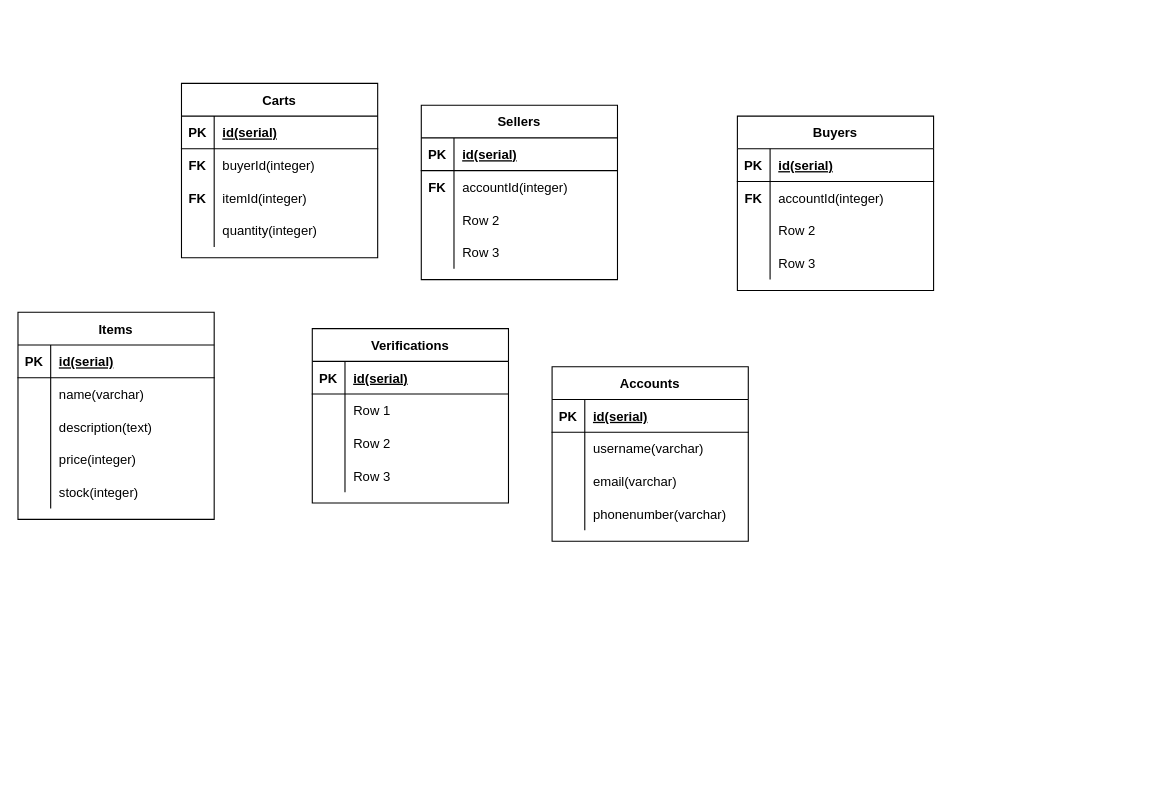
Before: judge irvan.drawio in fathurk/belajar-js, a draw.io diagram. Source tidied: cells renumbered, new cells numbered last; positions are measured from the earlier drawing's top-left corner, leaving out a move shared by most shapes. Both pictures are drawn from the tidied source at 109%, with x=0, y=0 at pixel (17, 83).
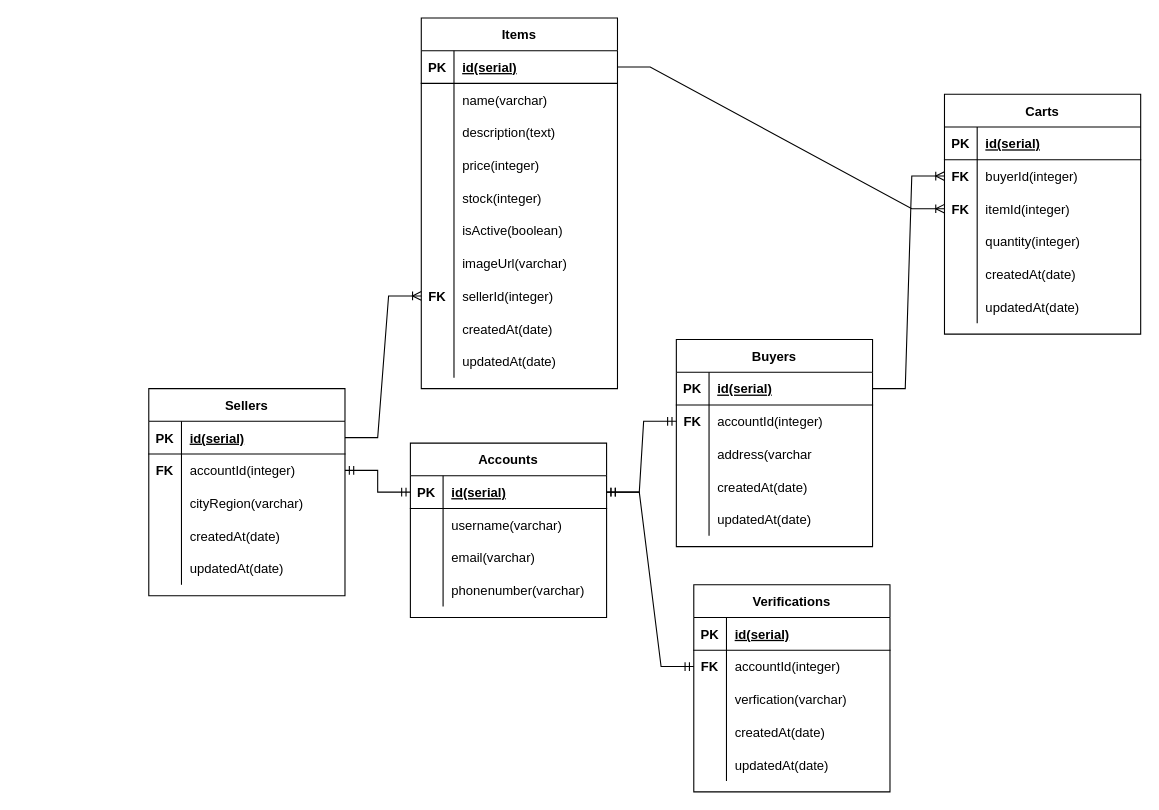
The same page after the edit.

The change refers to these unchanged cells:
```xml
<mxCell id="3" style="shape=partialRectangle;fillColor=none;top=0;left=0;bottom=1;right=0;points=[[0,0.5],[1,0.5]];portConstraint=eastwest;" parent="2" vertex="1">
  <mxGeometry y="30" width="180" height="30" as="geometry" />
</mxCell>
<mxCell id="6" style="shape=partialRectangle;fillColor=none;top=0;left=0;bottom=0;right=0;points=[[0,0.5],[1,0.5]];portConstraint=eastwest;" parent="2" vertex="1">
  <mxGeometry y="60" width="180" height="30" as="geometry" />
</mxCell>
<mxCell id="9" style="shape=partialRectangle;fillColor=none;top=0;left=0;bottom=0;right=0;" parent="2" vertex="1">
  <mxGeometry y="90" width="180" height="30" as="geometry" />
</mxCell>
<mxCell id="12" style="shape=partialRectangle;fillColor=none;top=0;left=0;bottom=0;right=0;" parent="2" vertex="1">
  <mxGeometry y="120" width="180" height="30" as="geometry" />
</mxCell>
<mxCell id="16" style="shape=partialRectangle;fillColor=none;top=0;left=0;bottom=1;right=0;points=[[0,0.5],[1,0.5]];portConstraint=eastwest;" parent="15" vertex="1">
  <mxGeometry y="30" width="180" height="30" as="geometry" />
</mxCell>
<mxCell id="19" style="shape=partialRectangle;fillColor=none;top=0;left=0;bottom=0;right=0;points=[[0,0.5],[1,0.5]];portConstraint=eastwest;" parent="15" vertex="1">
  <mxGeometry y="60" width="180" height="30" as="geometry" />
</mxCell>
<mxCell id="22" style="shape=partialRectangle;fillColor=none;top=0;left=0;bottom=0;right=0;" parent="15" vertex="1">
  <mxGeometry y="90" width="180" height="30" as="geometry" />
</mxCell>
<mxCell id="25" style="shape=partialRectangle;fillColor=none;top=0;left=0;bottom=0;right=0;" parent="15" vertex="1">
  <mxGeometry y="120" width="180" height="30" as="geometry" />
</mxCell>
<mxCell id="29" style="shape=partialRectangle;fillColor=none;top=0;left=0;bottom=1;right=0;points=[[0,0.5],[1,0.5]];portConstraint=eastwest;" parent="28" vertex="1">
  <mxGeometry y="30" width="180" height="30" as="geometry" />
</mxCell>
<mxCell id="42" style="shape=partialRectangle;fillColor=none;top=0;left=0;bottom=1;right=0;points=[[0,0.5],[1,0.5]];portConstraint=eastwest;" parent="41" vertex="1">
  <mxGeometry y="30" width="180" height="30" as="geometry" />
</mxCell>
<mxCell id="61" style="shape=partialRectangle;fillColor=none;top=0;left=0;bottom=0;right=0;points=[[0,0.5],[1,0.5]];portConstraint=eastwest;" parent="57" vertex="1">
  <mxGeometry y="60" width="180" height="30" as="geometry" />
</mxCell>
<mxCell id="64" style="shape=partialRectangle;fillColor=none;top=0;left=0;bottom=0;right=0;points=[[0,0.5],[1,0.5]];portConstraint=eastwest;" parent="57" vertex="1">
  <mxGeometry y="90" width="180" height="30" as="geometry" />
</mxCell>
<mxCell id="74" style="shape=partialRectangle;fillColor=none;top=0;left=0;bottom=0;right=0;points=[[0,0.5],[1,0.5]];portConstraint=eastwest;" parent="70" vertex="1">
  <mxGeometry y="60" width="180" height="30" as="geometry" />
</mxCell>
<mxCell id="77" style="shape=partialRectangle;fillColor=none;top=0;left=0;bottom=0;right=0;" parent="70" vertex="1">
  <mxGeometry y="90" width="180" height="30" as="geometry" />
</mxCell>
<mxCell id="80" style="shape=partialRectangle;fillColor=none;top=0;left=0;bottom=0;right=0;" parent="70" vertex="1">
  <mxGeometry y="120" width="180" height="30" as="geometry" />
</mxCell>
```

What changed in the source:
```diff
@@
     <mxCell id="2" value="Sellers" style="shape=table;startSize=30;childLayout=tableLayout;rowLines=0;fontStyle=1;align=center;" parent="1" vertex="1">
-      <mxGeometry x="370" y="20" width="180" height="160" as="geometry" />
+      <mxGeometry x="120" y="280" width="180" height="190" as="geometry" />
     </mxCell>
@@
-    <mxCell id="11" value="Row 2" style="shape=partialRectangle;fillColor=none;top=0;left=0;bottom=0;right=0;align=left;spacingLeft=6;overflow=hidden;" parent="9" vertex="1">
+    <mxCell id="11" value="cityRegion(varchar)" style="shape=partialRectangle;fillColor=none;top=0;left=0;bottom=0;right=0;align=left;spacingLeft=6;overflow=hidden;" parent="9" vertex="1">
       <mxGeometry x="30" width="150" height="30" as="geometry" />
     </mxCell>
@@
-    <mxCell id="14" value="Row 3" style="shape=partialRectangle;fillColor=none;top=0;left=0;bottom=0;right=0;align=left;spacingLeft=6;overflow=hidden;" parent="12" vertex="1">
+    <mxCell id="14" value="createdAt(date)" style="shape=partialRectangle;fillColor=none;top=0;left=0;bottom=0;right=0;align=left;spacingLeft=6;overflow=hidden;" parent="12" vertex="1">
       <mxGeometry x="30" width="150" height="30" as="geometry" />
     </mxCell>
+    <mxCell id="83" style="shape=partialRectangle;fillColor=none;top=0;left=0;bottom=0;right=0;" parent="2" vertex="1">
+      <mxGeometry y="150" width="180" height="30" as="geometry" />
+    </mxCell>
+    <mxCell id="84" style="shape=partialRectangle;fillColor=none;top=0;left=0;bottom=0;right=0;overflow=hidden;" parent="83" vertex="1">
+      <mxGeometry width="30" height="30" as="geometry" />
+    </mxCell>
+    <mxCell id="85" value="updatedAt(date)" style="shape=partialRectangle;fillColor=none;top=0;left=0;bottom=0;right=0;align=left;spacingLeft=6;overflow=hidden;" parent="83" vertex="1">
+      <mxGeometry x="30" width="150" height="30" as="geometry" />
+    </mxCell>
     <mxCell id="15" value="Buyers" style="shape=table;startSize=30;childLayout=tableLayout;rowLines=0;fontStyle=1;align=center;" parent="1" vertex="1">
-      <mxGeometry x="660" y="30" width="180" height="160" as="geometry" />
+      <mxGeometry x="604" y="235" width="180" height="190" as="geometry" />
     </mxCell>
@@
-    <mxCell id="24" value="Row 2" style="shape=partialRectangle;fillColor=none;top=0;left=0;bottom=0;right=0;align=left;spacingLeft=6;overflow=hidden;" parent="22" vertex="1">
+    <mxCell id="24" value="address(varchar" style="shape=partialRectangle;fillColor=none;top=0;left=0;bottom=0;right=0;align=left;spacingLeft=6;overflow=hidden;" parent="22" vertex="1">
       <mxGeometry x="30" width="150" height="30" as="geometry" />
     </mxCell>
@@
-    <mxCell id="27" value="Row 3" style="shape=partialRectangle;fillColor=none;top=0;left=0;bottom=0;right=0;align=left;spacingLeft=6;overflow=hidden;" parent="25" vertex="1">
+    <mxCell id="27" value="createdAt(date)" style="shape=partialRectangle;fillColor=none;top=0;left=0;bottom=0;right=0;align=left;spacingLeft=6;overflow=hidden;" parent="25" vertex="1">
       <mxGeometry x="30" width="150" height="30" as="geometry" />
     </mxCell>
+    <mxCell id="86" style="shape=partialRectangle;fillColor=none;top=0;left=0;bottom=0;right=0;" parent="15" vertex="1">
+      <mxGeometry y="150" width="180" height="30" as="geometry" />
+    </mxCell>
+    <mxCell id="87" style="shape=partialRectangle;fillColor=none;top=0;left=0;bottom=0;right=0;overflow=hidden;" parent="86" vertex="1">
+      <mxGeometry width="30" height="30" as="geometry" />
+    </mxCell>
+    <mxCell id="88" value="updatedAt(date)" style="shape=partialRectangle;fillColor=none;top=0;left=0;bottom=0;right=0;align=left;spacingLeft=6;overflow=hidden;" parent="86" vertex="1">
+      <mxGeometry x="30" width="150" height="30" as="geometry" />
+    </mxCell>
     <mxCell id="28" value="Accounts" style="shape=table;startSize=30;childLayout=tableLayout;rowLines=0;fontStyle=1;align=center;" parent="1" vertex="1">
-      <mxGeometry x="490" y="260" width="180" height="160" as="geometry" />
+      <mxGeometry x="360" y="330" width="180" height="160" as="geometry" />
     </mxCell>
@@
     <mxCell id="41" value="Items" style="shape=table;startSize=30;childLayout=tableLayout;rowLines=0;fontStyle=1;align=center;" parent="1" vertex="1">
-      <mxGeometry y="210" width="180" height="190" as="geometry" />
+      <mxGeometry x="370" y="-60" width="180" height="340" as="geometry" />
     </mxCell>
@@
+    <mxCell id="89" style="shape=partialRectangle;fillColor=none;top=0;left=0;bottom=0;right=0;" parent="41" vertex="1">
+      <mxGeometry y="180" width="180" height="30" as="geometry" />
+    </mxCell>
+    <mxCell id="90" style="shape=partialRectangle;fillColor=none;top=0;left=0;bottom=0;right=0;overflow=hidden;" parent="89" vertex="1">
+      <mxGeometry width="30" height="30" as="geometry" />
+    </mxCell>
+    <mxCell id="91" value="isActive(boolean)" style="shape=partialRectangle;fillColor=none;top=0;left=0;bottom=0;right=0;align=left;spacingLeft=6;overflow=hidden;" parent="89" vertex="1">
+      <mxGeometry x="30" width="150" height="30" as="geometry" />
+    </mxCell>
+    <mxCell id="92" style="shape=partialRectangle;fillColor=none;top=0;left=0;bottom=0;right=0;" parent="41" vertex="1">
+      <mxGeometry y="210" width="180" height="30" as="geometry" />
+    </mxCell>
+    <mxCell id="93" style="shape=partialRectangle;fillColor=none;top=0;left=0;bottom=0;right=0;overflow=hidden;" parent="92" vertex="1">
+      <mxGeometry width="30" height="30" as="geometry" />
+    </mxCell>
+    <mxCell id="94" value="imageUrl(varchar)" style="shape=partialRectangle;fillColor=none;top=0;left=0;bottom=0;right=0;align=left;spacingLeft=6;overflow=hidden;" parent="92" vertex="1">
+      <mxGeometry x="30" width="150" height="30" as="geometry" />
+    </mxCell>
+    <mxCell id="95" style="shape=partialRectangle;fillColor=none;top=0;left=0;bottom=0;right=0;points=[[0,0.5],[1,0.5]];portConstraint=eastwest;" parent="41" vertex="1">
+      <mxGeometry y="240" width="180" height="30" as="geometry" />
+    </mxCell>
+    <mxCell id="96" value="FK" style="shape=partialRectangle;fillColor=none;top=0;left=0;bottom=0;right=0;overflow=hidden;fontStyle=1;" parent="95" vertex="1">
+      <mxGeometry width="30" height="30" as="geometry" />
+    </mxCell>
+    <mxCell id="97" value="sellerId(integer)" style="shape=partialRectangle;fillColor=none;top=0;left=0;bottom=0;right=0;align=left;spacingLeft=6;overflow=hidden;" parent="95" vertex="1">
+      <mxGeometry x="30" width="150" height="30" as="geometry" />
+    </mxCell>
+    <mxCell id="98" style="shape=partialRectangle;fillColor=none;top=0;left=0;bottom=0;right=0;" parent="41" vertex="1">
+      <mxGeometry y="270" width="180" height="30" as="geometry" />
+    </mxCell>
+    <mxCell id="99" style="shape=partialRectangle;fillColor=none;top=0;left=0;bottom=0;right=0;overflow=hidden;fontStyle=1;" parent="98" vertex="1">
+      <mxGeometry width="30" height="30" as="geometry" />
+    </mxCell>
+    <mxCell id="100" value="createdAt(date)" style="shape=partialRectangle;fillColor=none;top=0;left=0;bottom=0;right=0;align=left;spacingLeft=6;overflow=hidden;" parent="98" vertex="1">
+      <mxGeometry x="30" width="150" height="30" as="geometry" />
+    </mxCell>
+    <mxCell id="101" style="shape=partialRectangle;fillColor=none;top=0;left=0;bottom=0;right=0;" parent="41" vertex="1">
+      <mxGeometry y="300" width="180" height="30" as="geometry" />
+    </mxCell>
+    <mxCell id="102" style="shape=partialRectangle;fillColor=none;top=0;left=0;bottom=0;right=0;overflow=hidden;fontStyle=1;" parent="101" vertex="1">
+      <mxGeometry width="30" height="30" as="geometry" />
+    </mxCell>
+    <mxCell id="103" value="updatedAt(date)" style="shape=partialRectangle;fillColor=none;top=0;left=0;bottom=0;right=0;align=left;spacingLeft=6;overflow=hidden;" parent="101" vertex="1">
+      <mxGeometry x="30" width="150" height="30" as="geometry" />
+    </mxCell>
     <mxCell id="57" value="Carts" style="shape=table;startSize=30;childLayout=tableLayout;rowLines=0;fontStyle=1;align=center;" parent="1" vertex="1">
-      <mxGeometry x="150" width="180" height="160" as="geometry" />
+      <mxGeometry x="850" y="10" width="180" height="220" as="geometry" />
     </mxCell>
@@
+    <mxCell id="104" style="shape=partialRectangle;fillColor=none;top=0;left=0;bottom=0;right=0;" parent="57" vertex="1">
+      <mxGeometry y="150" width="180" height="30" as="geometry" />
+    </mxCell>
+    <mxCell id="105" style="shape=partialRectangle;fillColor=none;top=0;left=0;bottom=0;right=0;overflow=hidden;" parent="104" vertex="1">
+      <mxGeometry width="30" height="30" as="geometry" />
+    </mxCell>
+    <mxCell id="106" value="createdAt(date)" style="shape=partialRectangle;fillColor=none;top=0;left=0;bottom=0;right=0;align=left;spacingLeft=6;overflow=hidden;" parent="104" vertex="1">
+      <mxGeometry x="30" width="150" height="30" as="geometry" />
+    </mxCell>
+    <mxCell id="107" style="shape=partialRectangle;fillColor=none;top=0;left=0;bottom=0;right=0;" parent="57" vertex="1">
+      <mxGeometry y="180" width="180" height="30" as="geometry" />
+    </mxCell>
+    <mxCell id="108" style="shape=partialRectangle;fillColor=none;top=0;left=0;bottom=0;right=0;overflow=hidden;" parent="107" vertex="1">
+      <mxGeometry width="30" height="30" as="geometry" />
+    </mxCell>
+    <mxCell id="109" value="updatedAt(date)" style="shape=partialRectangle;fillColor=none;top=0;left=0;bottom=0;right=0;align=left;spacingLeft=6;overflow=hidden;" parent="107" vertex="1">
+      <mxGeometry x="30" width="150" height="30" as="geometry" />
+    </mxCell>
     <mxCell id="70" value="Verifications" style="shape=table;startSize=30;childLayout=tableLayout;rowLines=0;fontStyle=1;align=center;" parent="1" vertex="1">
-      <mxGeometry x="270" y="225" width="180" height="160" as="geometry" />
+      <mxGeometry x="620" y="460" width="180" height="190" as="geometry" />
     </mxCell>
@@
-    <mxCell id="75" style="shape=partialRectangle;fillColor=none;top=0;left=0;bottom=0;right=0;overflow=hidden;" parent="74" vertex="1">
+    <mxCell id="75" value="FK" style="shape=partialRectangle;fillColor=none;top=0;left=0;bottom=0;right=0;overflow=hidden;fontStyle=1;" parent="74" vertex="1">
       <mxGeometry width="30" height="30" as="geometry" />
     </mxCell>
-    <mxCell id="76" value="Row 1" style="shape=partialRectangle;fillColor=none;top=0;left=0;bottom=0;right=0;align=left;spacingLeft=6;overflow=hidden;" parent="74" vertex="1">
+    <mxCell id="76" value="accountId(integer)" style="shape=partialRectangle;fillColor=none;top=0;left=0;bottom=0;right=0;align=left;spacingLeft=6;overflow=hidden;" parent="74" vertex="1">
       <mxGeometry x="30" width="150" height="30" as="geometry" />
     </mxCell>
@@
-    <mxCell id="79" value="Row 2" style="shape=partialRectangle;fillColor=none;top=0;left=0;bottom=0;right=0;align=left;spacingLeft=6;overflow=hidden;" parent="77" vertex="1">
+    <mxCell id="79" value="verfication(varchar)" style="shape=partialRectangle;fillColor=none;top=0;left=0;bottom=0;right=0;align=left;spacingLeft=6;overflow=hidden;" parent="77" vertex="1">
       <mxGeometry x="30" width="150" height="30" as="geometry" />
     </mxCell>
@@
-    <mxCell id="82" value="Row 3" style="shape=partialRectangle;fillColor=none;top=0;left=0;bottom=0;right=0;align=left;spacingLeft=6;overflow=hidden;" parent="80" vertex="1">
+    <mxCell id="82" value="createdAt(date)" style="shape=partialRectangle;fillColor=none;top=0;left=0;bottom=0;right=0;align=left;spacingLeft=6;overflow=hidden;" parent="80" vertex="1">
       <mxGeometry x="30" width="150" height="30" as="geometry" />
     </mxCell>
+    <mxCell id="110" style="shape=partialRectangle;fillColor=none;top=0;left=0;bottom=0;right=0;" parent="70" vertex="1">
+      <mxGeometry y="150" width="180" height="30" as="geometry" />
+    </mxCell>
+    <mxCell id="111" style="shape=partialRectangle;fillColor=none;top=0;left=0;bottom=0;right=0;overflow=hidden;" parent="110" vertex="1">
+      <mxGeometry width="30" height="30" as="geometry" />
+    </mxCell>
+    <mxCell id="112" value="updatedAt(date)" style="shape=partialRectangle;fillColor=none;top=0;left=0;bottom=0;right=0;align=left;spacingLeft=6;overflow=hidden;" parent="110" vertex="1">
+      <mxGeometry x="30" width="150" height="30" as="geometry" />
+    </mxCell>
+    <mxCell id="113" style="edgeStyle=entityRelationEdgeStyle;fontSize=12;html=1;endArrow=ERmandOne;startArrow=ERmandOne;rounded=0;exitX=0;exitY=0.5;exitDx=0;exitDy=0;entryX=1;entryY=0.5;entryDx=0;entryDy=0;" parent="1" edge="1" source="29" target="6">
+      <mxGeometry relative="1" as="geometry" />
+    </mxCell>
+    <mxCell id="114" style="edgeStyle=entityRelationEdgeStyle;fontSize=12;html=1;endArrow=ERmandOne;startArrow=ERmandOne;rounded=0;entryX=0;entryY=0.5;entryDx=0;entryDy=0;exitX=1;exitY=0.5;exitDx=0;exitDy=0;" parent="1" edge="1" source="29" target="19">
+      <mxGeometry relative="1" as="geometry" />
+    </mxCell>
+    <mxCell id="115" style="edgeStyle=entityRelationEdgeStyle;fontSize=12;html=1;endArrow=ERmandOne;startArrow=ERmandOne;rounded=0;exitX=1;exitY=0.5;exitDx=0;exitDy=0;entryX=0;entryY=0.5;entryDx=0;entryDy=0;" parent="1" edge="1" source="29" target="74">
+      <mxGeometry relative="1" as="geometry" />
+    </mxCell>
+    <mxCell id="116" style="edgeStyle=entityRelationEdgeStyle;fontSize=12;html=1;endArrow=ERoneToMany;rounded=0;entryX=0;entryY=0.5;entryDx=0;entryDy=0;exitX=1;exitY=0.5;exitDx=0;exitDy=0;" parent="1" edge="1" source="3" target="95">
+      <mxGeometry relative="1" as="geometry" />
+    </mxCell>
+    <mxCell id="117" style="edgeStyle=entityRelationEdgeStyle;fontSize=12;html=1;endArrow=ERoneToMany;rounded=0;exitX=1;exitY=0.5;exitDx=0;exitDy=0;entryX=0;entryY=0.5;entryDx=0;entryDy=0;" parent="1" edge="1" source="16" target="61">
+      <mxGeometry relative="1" as="geometry" />
+    </mxCell>
+    <mxCell id="118" style="edgeStyle=entityRelationEdgeStyle;fontSize=12;html=1;endArrow=ERoneToMany;rounded=0;exitX=1;exitY=0.5;exitDx=0;exitDy=0;entryX=0;entryY=0.5;entryDx=0;entryDy=0;" parent="1" edge="1" source="42" target="64">
+      <mxGeometry relative="1" as="geometry" />
+    </mxCell>
```
